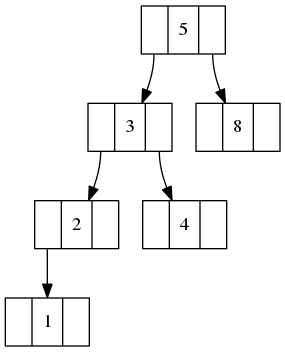
This is Arbolito.png from MacoChave/Arbol-HBK-JAVA, a Graphviz export, as it was before one commit. Its source is kept beside it as Arbolito.dot. Its diagram source:
```dot
digraph Arbolito {
rankdir = TB
node [shape = record]

node5 [label = "<izq> | 5 | <der>"]
node5 : izq -> node3
node5 : der -> node8
node3 [label = "<izq> | 3 | <der>"]
node3 : izq -> node2
node3 : der -> node4
node2 [label = "<izq> | 2 | <der>"]
node2 : izq -> node1
node1 [label = "<izq> | 1 | <der>"]
node4 [label = "<izq> | 4 | <der>"]
node8 [label = "<izq> | 8 | <der>"]


}
```
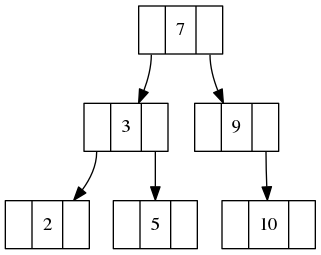
After the change.

The edit, as a diff of the source:
```diff
@@ -2,17 +2,17 @@
 rankdir = TB
 node [shape = record]
 
-node5 [label = "<izq> | 5 | <der>"]
-node5 : izq -> node3
-node5 : der -> node8
+node7 [label = "<izq> | 7 | <der>"]
+node7 : izq -> node3
+node7 : der -> node9
 node3 [label = "<izq> | 3 | <der>"]
 node3 : izq -> node2
-node3 : der -> node4
+node3 : der -> node5
 node2 [label = "<izq> | 2 | <der>"]
-node2 : izq -> node1
-node1 [label = "<izq> | 1 | <der>"]
-node4 [label = "<izq> | 4 | <der>"]
-node8 [label = "<izq> | 8 | <der>"]
+node5 [label = "<izq> | 5 | <der>"]
+node9 [label = "<izq> | 9 | <der>"]
+node9 : der -> node10
+node10 [label = "<izq> | 10 | <der>"]
 
 
 }
```
